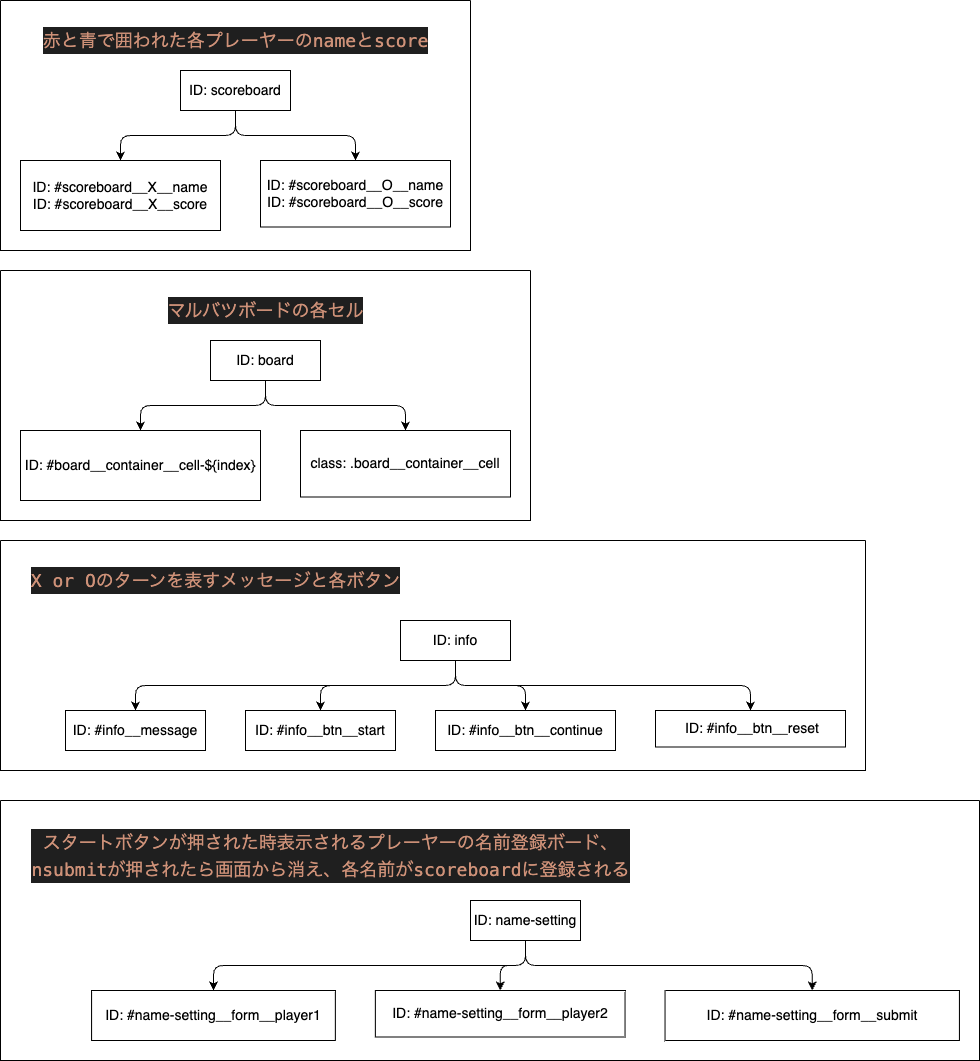
The draw.io diagram example/test.drawio.png in Test-Team-B/work-space, before a commit. Source tidied: cells renumbered, new cells last; positions are measured from the earlier drawing's top-left corner, leaving out a move shared by most shapes.
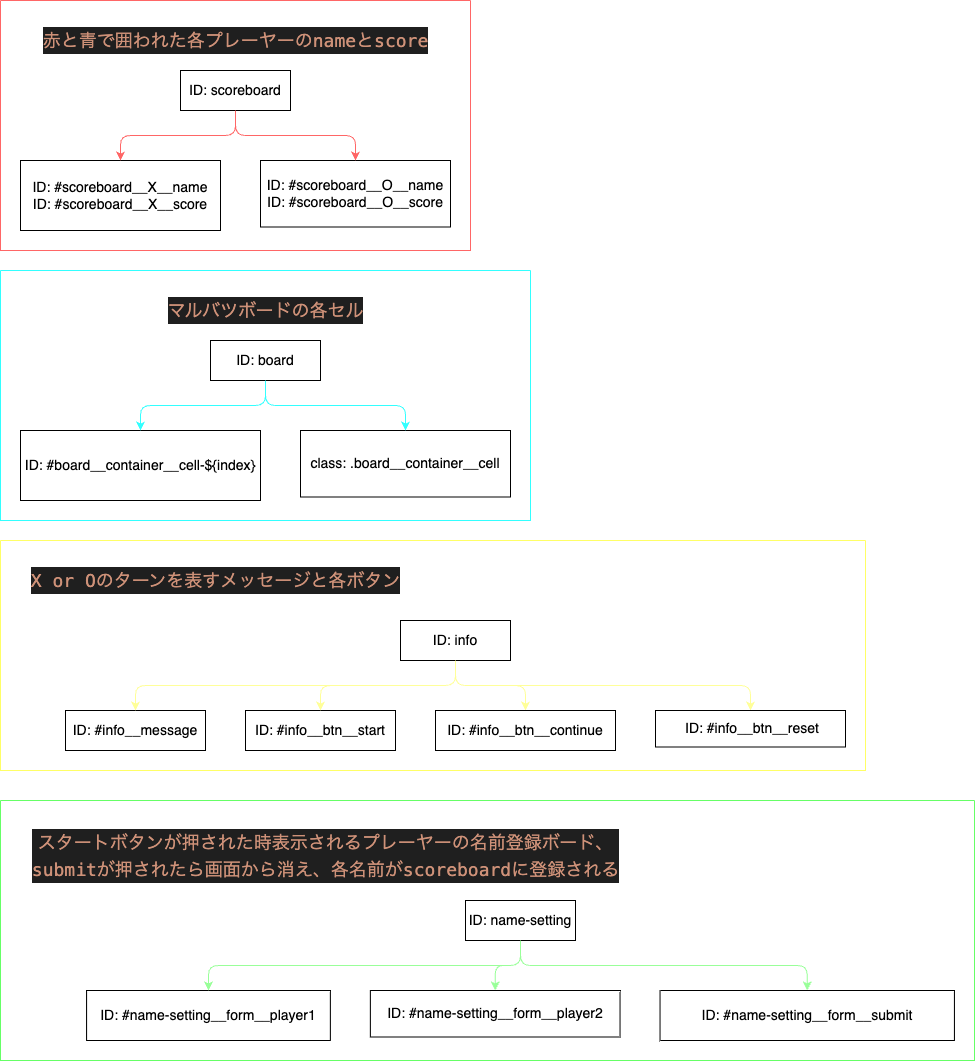
The same diagram one commit later.

Commit message:
Testing for creating diagram and changed color using draw.io: No.2

The edit, as a diff of the source:
```diff
@@ -2,7 +2,7 @@
   <root>
     <mxCell id="0" />
     <mxCell id="1" parent="0" />
-    <mxCell id="2" style="swimlane;startSize=0;horizontal=1;horizontalTree=0;containerType=tree;fontSize=12;" parent="1" vertex="1">
+    <mxCell id="2" style="swimlane;startSize=0;horizontal=1;horizontalTree=0;containerType=tree;fontSize=12;strokeColor=#33FFFF;" parent="1" vertex="1">
       <mxGeometry y="270" width="530" height="250" as="geometry" />
     </mxCell>
     <mxCell id="3" value="ID: board" style="whiteSpace=wrap;html=1;fontSize=14;" parent="2" vertex="1">
@@ -11,19 +11,19 @@
     <mxCell id="4" value="ID: #board__container__cell-${index}" style="whiteSpace=wrap;html=1;fontSize=14;" parent="2" vertex="1">
       <mxGeometry x="20" y="160" width="240" height="70" as="geometry" />
     </mxCell>
-    <mxCell id="5" style="edgeStyle=elbowEdgeStyle;elbow=vertical;html=1;rounded=1;curved=0;sourcePerimeterSpacing=0;targetPerimeterSpacing=0;startSize=6;endSize=6;fontSize=14;" parent="2" edge="1" source="3" target="4">
+    <mxCell id="5" style="edgeStyle=elbowEdgeStyle;elbow=vertical;html=1;rounded=1;curved=0;sourcePerimeterSpacing=0;targetPerimeterSpacing=0;startSize=6;endSize=6;fontSize=14;strokeColor=#33FFFF;" parent="2" edge="1" source="3" target="4">
       <mxGeometry relative="1" as="geometry" />
     </mxCell>
     <mxCell id="6" value="class: .board__container__cell" style="whiteSpace=wrap;html=1;fontSize=14;" parent="2" vertex="1">
       <mxGeometry x="300" y="160" width="210" height="66.5" as="geometry" />
     </mxCell>
-    <mxCell id="7" style="edgeStyle=elbowEdgeStyle;elbow=vertical;html=1;rounded=1;curved=0;sourcePerimeterSpacing=0;targetPerimeterSpacing=0;startSize=6;endSize=6;fontSize=14;" parent="2" edge="1" source="3" target="6">
+    <mxCell id="7" style="edgeStyle=elbowEdgeStyle;elbow=vertical;html=1;rounded=1;curved=0;sourcePerimeterSpacing=0;targetPerimeterSpacing=0;startSize=6;endSize=6;fontSize=14;strokeColor=#33FFFF;" parent="2" edge="1" source="3" target="6">
       <mxGeometry relative="1" as="geometry" />
     </mxCell>
     <mxCell id="8" value="&lt;div style=&quot;background-color: rgb(31, 31, 31); font-family: Menlo, Monaco, &amp;quot;Courier New&amp;quot;, monospace; font-size: 18px; line-height: 27px;&quot;&gt;&lt;font color=&quot;#ce9178&quot;&gt;マルバツボードの各セル&lt;/font&gt;&lt;/div&gt;" style="text;html=1;align=center;verticalAlign=middle;strokeColor=none;fillColor=none;fontSize=14;" parent="2" vertex="1">
       <mxGeometry x="155" y="20" width="220" height="40" as="geometry" />
     </mxCell>
-    <mxCell id="9" style="swimlane;startSize=0;horizontal=1;horizontalTree=0;containerType=tree;fontSize=12;" parent="1" vertex="1">
+    <mxCell id="9" style="swimlane;startSize=0;horizontal=1;horizontalTree=0;containerType=tree;fontSize=12;fillColor=#FFFFFF;strokeColor=#FF6666;" parent="1" vertex="1">
       <mxGeometry width="470" height="250" as="geometry" />
     </mxCell>
     <mxCell id="10" value="ID: scoreboard" style="whiteSpace=wrap;html=1;fontSize=14;" parent="9" vertex="1">
@@ -32,19 +32,19 @@
     <mxCell id="11" value="ID: #scoreboard__X__name&lt;br&gt;ID: #scoreboard__X__score&lt;br&gt;" style="whiteSpace=wrap;html=1;fontSize=14;" parent="9" vertex="1">
       <mxGeometry x="20" y="160" width="200" height="70" as="geometry" />
     </mxCell>
-    <mxCell id="12" style="edgeStyle=elbowEdgeStyle;elbow=vertical;html=1;rounded=1;curved=0;sourcePerimeterSpacing=0;targetPerimeterSpacing=0;startSize=6;endSize=6;fontSize=14;" parent="9" edge="1" source="10" target="11">
+    <mxCell id="12" style="edgeStyle=elbowEdgeStyle;elbow=vertical;html=1;rounded=1;curved=0;sourcePerimeterSpacing=0;targetPerimeterSpacing=0;startSize=6;endSize=6;fontSize=14;strokeColor=#FF6666;" parent="9" edge="1" source="10" target="11">
       <mxGeometry relative="1" as="geometry" />
     </mxCell>
     <mxCell id="13" value="ID: #scoreboard__O__name&lt;br&gt;ID: #scoreboard__O__score" style="whiteSpace=wrap;html=1;fontSize=14;" parent="9" vertex="1">
       <mxGeometry x="260" y="160" width="190" height="66.5" as="geometry" />
     </mxCell>
-    <mxCell id="14" style="edgeStyle=elbowEdgeStyle;elbow=vertical;html=1;rounded=1;curved=0;sourcePerimeterSpacing=0;targetPerimeterSpacing=0;startSize=6;endSize=6;fontSize=14;" parent="9" edge="1" source="10" target="13">
+    <mxCell id="14" style="edgeStyle=elbowEdgeStyle;elbow=vertical;html=1;rounded=1;curved=0;sourcePerimeterSpacing=0;targetPerimeterSpacing=0;startSize=6;endSize=6;fontSize=14;strokeColor=#FF6666;" parent="9" edge="1" source="10" target="13">
       <mxGeometry relative="1" as="geometry" />
     </mxCell>
     <mxCell id="15" value="&lt;div style=&quot;color: rgb(204, 204, 204); background-color: rgb(31, 31, 31); font-family: Menlo, Monaco, &amp;quot;Courier New&amp;quot;, monospace; font-size: 18px; line-height: 27px;&quot;&gt;&lt;span style=&quot;color: #ce9178;&quot;&gt;赤と青で囲われた各プレーヤーのnameとscore&lt;/span&gt;&lt;/div&gt;" style="text;html=1;align=center;verticalAlign=middle;strokeColor=none;fillColor=none;fontSize=14;" parent="9" vertex="1">
       <mxGeometry x="30" y="20" width="410" height="40" as="geometry" />
     </mxCell>
-    <mxCell id="16" style="swimlane;startSize=0;horizontal=1;horizontalTree=0;containerType=tree;fontSize=12;" parent="1" vertex="1">
+    <mxCell id="16" style="swimlane;startSize=0;horizontal=1;horizontalTree=0;containerType=tree;fontSize=12;strokeColor=#FFFF66;" parent="1" vertex="1">
       <mxGeometry y="540" width="865" height="230" as="geometry" />
     </mxCell>
     <mxCell id="17" value="ID: info" style="whiteSpace=wrap;html=1;fontSize=14;" parent="16" vertex="1">
@@ -53,56 +53,56 @@
     <mxCell id="18" value="ID: #info__message" style="whiteSpace=wrap;html=1;fontSize=14;" parent="16" vertex="1">
       <mxGeometry x="65" y="170" width="140" height="40" as="geometry" />
     </mxCell>
-    <mxCell id="19" style="edgeStyle=elbowEdgeStyle;elbow=vertical;html=1;rounded=1;curved=0;sourcePerimeterSpacing=0;targetPerimeterSpacing=0;startSize=6;endSize=6;fontSize=14;" parent="16" edge="1" source="17" target="18">
+    <mxCell id="19" style="edgeStyle=elbowEdgeStyle;elbow=vertical;html=1;rounded=1;curved=0;sourcePerimeterSpacing=0;targetPerimeterSpacing=0;startSize=6;endSize=6;fontSize=14;strokeColor=#FFFF99;" parent="16" edge="1" source="17" target="18">
       <mxGeometry relative="1" as="geometry" />
     </mxCell>
     <mxCell id="20" value="ID: #info__btn__start" style="whiteSpace=wrap;html=1;fontSize=14;" parent="16" vertex="1">
       <mxGeometry x="245" y="170" width="150" height="40" as="geometry" />
     </mxCell>
-    <mxCell id="21" style="edgeStyle=elbowEdgeStyle;elbow=vertical;html=1;rounded=1;curved=0;sourcePerimeterSpacing=0;targetPerimeterSpacing=0;startSize=6;endSize=6;fontSize=14;" parent="16" edge="1" source="17" target="20">
+    <mxCell id="21" style="edgeStyle=elbowEdgeStyle;elbow=vertical;html=1;rounded=1;curved=0;sourcePerimeterSpacing=0;targetPerimeterSpacing=0;startSize=6;endSize=6;fontSize=14;strokeColor=#FFFF99;" parent="16" edge="1" source="17" target="20">
       <mxGeometry relative="1" as="geometry" />
     </mxCell>
     <mxCell id="22" value="&lt;div style=&quot;background-color: rgb(31, 31, 31); font-family: Menlo, Monaco, &amp;quot;Courier New&amp;quot;, monospace; font-size: 18px; line-height: 27px;&quot;&gt;&lt;font color=&quot;#ce9178&quot;&gt;X or Oのターンを表すメッセージと各ボタン&lt;/font&gt;&lt;/div&gt;" style="text;html=1;align=center;verticalAlign=middle;strokeColor=none;fillColor=none;fontSize=14;" parent="16" vertex="1">
       <mxGeometry x="20" y="20" width="390" height="40" as="geometry" />
     </mxCell>
-    <mxCell id="23" style="edgeStyle=elbowEdgeStyle;elbow=vertical;html=1;rounded=1;curved=0;sourcePerimeterSpacing=0;targetPerimeterSpacing=0;startSize=6;endSize=6;fontSize=14;" parent="16" edge="1" source="17" target="24">
+    <mxCell id="23" style="edgeStyle=elbowEdgeStyle;elbow=vertical;html=1;rounded=1;curved=0;sourcePerimeterSpacing=0;targetPerimeterSpacing=0;startSize=6;endSize=6;fontSize=14;strokeColor=#FFFF99;" parent="16" edge="1" source="17" target="24">
       <mxGeometry relative="1" as="geometry" />
     </mxCell>
     <mxCell id="24" value="ID: #info__btn__continue" style="whiteSpace=wrap;html=1;fontSize=14;" parent="16" vertex="1">
       <mxGeometry x="435" y="170" width="180" height="40" as="geometry" />
     </mxCell>
-    <mxCell id="25" style="edgeStyle=elbowEdgeStyle;elbow=vertical;html=1;rounded=1;curved=0;sourcePerimeterSpacing=0;targetPerimeterSpacing=0;startSize=6;endSize=6;fontSize=14;" parent="16" edge="1" source="17" target="26">
+    <mxCell id="25" style="edgeStyle=elbowEdgeStyle;elbow=vertical;html=1;rounded=1;curved=0;sourcePerimeterSpacing=0;targetPerimeterSpacing=0;startSize=6;endSize=6;fontSize=14;fillColor=#FFFF99;strokeColor=#FFFF99;" parent="16" edge="1" source="17" target="26">
       <mxGeometry relative="1" as="geometry" />
     </mxCell>
     <mxCell id="26" value="&amp;nbsp;ID: #info__btn__reset" style="whiteSpace=wrap;html=1;fontSize=14;" parent="16" vertex="1">
       <mxGeometry x="655" y="170" width="190" height="36.5" as="geometry" />
     </mxCell>
-    <mxCell id="27" style="swimlane;startSize=0;horizontal=1;horizontalTree=0;containerType=tree;fontSize=12;" parent="1" vertex="1">
-      <mxGeometry y="800" width="979" height="260" as="geometry" />
+    <mxCell id="27" style="swimlane;startSize=0;horizontal=1;horizontalTree=0;containerType=tree;fontSize=12;strokeColor=#66FF66;" parent="1" vertex="1">
+      <mxGeometry y="800" width="974" height="260" as="geometry" />
     </mxCell>
     <mxCell id="28" value="ID: name-setting" style="whiteSpace=wrap;html=1;fontSize=14;" parent="27" vertex="1">
-      <mxGeometry x="470" y="100" width="110" height="40" as="geometry" />
+      <mxGeometry x="465" y="100" width="110" height="40" as="geometry" />
     </mxCell>
     <mxCell id="29" value="ID: #name-setting__form__player1" style="whiteSpace=wrap;html=1;fontSize=14;" parent="27" vertex="1">
-      <mxGeometry x="91.1" y="190" width="243.8" height="50" as="geometry" />
+      <mxGeometry x="86.1" y="190" width="243.8" height="50" as="geometry" />
     </mxCell>
-    <mxCell id="30" style="edgeStyle=elbowEdgeStyle;elbow=vertical;html=1;rounded=1;curved=0;sourcePerimeterSpacing=0;targetPerimeterSpacing=0;startSize=6;endSize=6;fontSize=14;" parent="27" edge="1" source="28" target="29">
+    <mxCell id="30" style="edgeStyle=elbowEdgeStyle;elbow=vertical;html=1;rounded=1;curved=0;sourcePerimeterSpacing=0;targetPerimeterSpacing=0;startSize=6;endSize=6;fontSize=14;strokeColor=#99FF99;" parent="27" edge="1" source="28" target="29">
       <mxGeometry relative="1" as="geometry" />
     </mxCell>
-    <mxCell id="31" value="&lt;div style=&quot;background-color: rgb(31, 31, 31); font-family: Menlo, Monaco, &amp;quot;Courier New&amp;quot;, monospace; font-size: 18px; line-height: 27px;&quot;&gt;&lt;div style=&quot;color: rgb(204, 204, 204); line-height: 27px;&quot;&gt;&lt;span style=&quot;color: #ce9178;&quot;&gt;スタートボタンが押された時表示されるプレーヤーの名前登録ボード、&lt;/span&gt;&lt;/div&gt;&lt;div style=&quot;color: rgb(204, 204, 204); line-height: 27px;&quot;&gt;&lt;span style=&quot;color: #ce9178;&quot;&gt;nsubmitが押されたら画面から消え、各名前がscoreboardに登録される&lt;/span&gt;&lt;/div&gt;&lt;/div&gt;" style="text;html=1;align=center;verticalAlign=middle;strokeColor=none;fillColor=none;fontSize=14;" parent="27" vertex="1">
-      <mxGeometry x="20" y="20" width="620" height="70" as="geometry" />
+    <mxCell id="31" value="&lt;div style=&quot;background-color: rgb(31, 31, 31); font-family: Menlo, Monaco, &amp;quot;Courier New&amp;quot;, monospace; font-size: 18px; line-height: 27px;&quot;&gt;&lt;div style=&quot;color: rgb(204, 204, 204); line-height: 27px;&quot;&gt;&lt;span style=&quot;color: #ce9178;&quot;&gt;スタートボタンが押された時表示されるプレーヤーの名前登録ボード、&lt;/span&gt;&lt;/div&gt;&lt;div style=&quot;color: rgb(204, 204, 204); line-height: 27px;&quot;&gt;&lt;span style=&quot;color: rgb(206, 145, 120);&quot;&gt;submitが押されたら画面から消え、各名前がscoreboardに登録される&lt;/span&gt;&lt;/div&gt;&lt;/div&gt;" style="text;html=1;align=center;verticalAlign=middle;strokeColor=none;fillColor=none;fontSize=14;" parent="27" vertex="1">
+      <mxGeometry x="20" y="20" width="610" height="70" as="geometry" />
     </mxCell>
-    <mxCell id="32" style="edgeStyle=elbowEdgeStyle;elbow=vertical;html=1;rounded=1;curved=0;sourcePerimeterSpacing=0;targetPerimeterSpacing=0;startSize=6;endSize=6;fontSize=14;" parent="27" edge="1" source="28" target="33">
+    <mxCell id="32" style="edgeStyle=elbowEdgeStyle;elbow=vertical;html=1;rounded=1;curved=0;sourcePerimeterSpacing=0;targetPerimeterSpacing=0;startSize=6;endSize=6;fontSize=14;strokeColor=#99FF99;" parent="27" edge="1" source="28" target="33">
       <mxGeometry relative="1" as="geometry" />
     </mxCell>
     <mxCell id="33" value="ID: #name-setting__form__player2" style="whiteSpace=wrap;html=1;fontSize=14;" parent="27" vertex="1">
-      <mxGeometry x="374.8" y="190" width="249.7" height="46.5" as="geometry" />
+      <mxGeometry x="369.8" y="190" width="249.7" height="46.5" as="geometry" />
     </mxCell>
-    <mxCell id="34" style="edgeStyle=elbowEdgeStyle;elbow=vertical;html=1;rounded=1;curved=0;sourcePerimeterSpacing=0;targetPerimeterSpacing=0;startSize=6;endSize=6;fontSize=14;" parent="27" edge="1" source="28" target="35">
+    <mxCell id="34" style="edgeStyle=elbowEdgeStyle;elbow=vertical;html=1;rounded=1;curved=0;sourcePerimeterSpacing=0;targetPerimeterSpacing=0;startSize=6;endSize=6;fontSize=14;strokeColor=#99FF99;" parent="27" edge="1" source="28" target="35">
       <mxGeometry relative="1" as="geometry" />
     </mxCell>
     <mxCell id="35" value="ID: #name-setting__form__submit" style="whiteSpace=wrap;html=1;fontSize=14;" parent="27" vertex="1">
-      <mxGeometry x="664.5" y="190" width="294.4" height="50" as="geometry" />
+      <mxGeometry x="659.5" y="190" width="294.4" height="50" as="geometry" />
     </mxCell>
   </root>
 </mxGraphModel>
```
